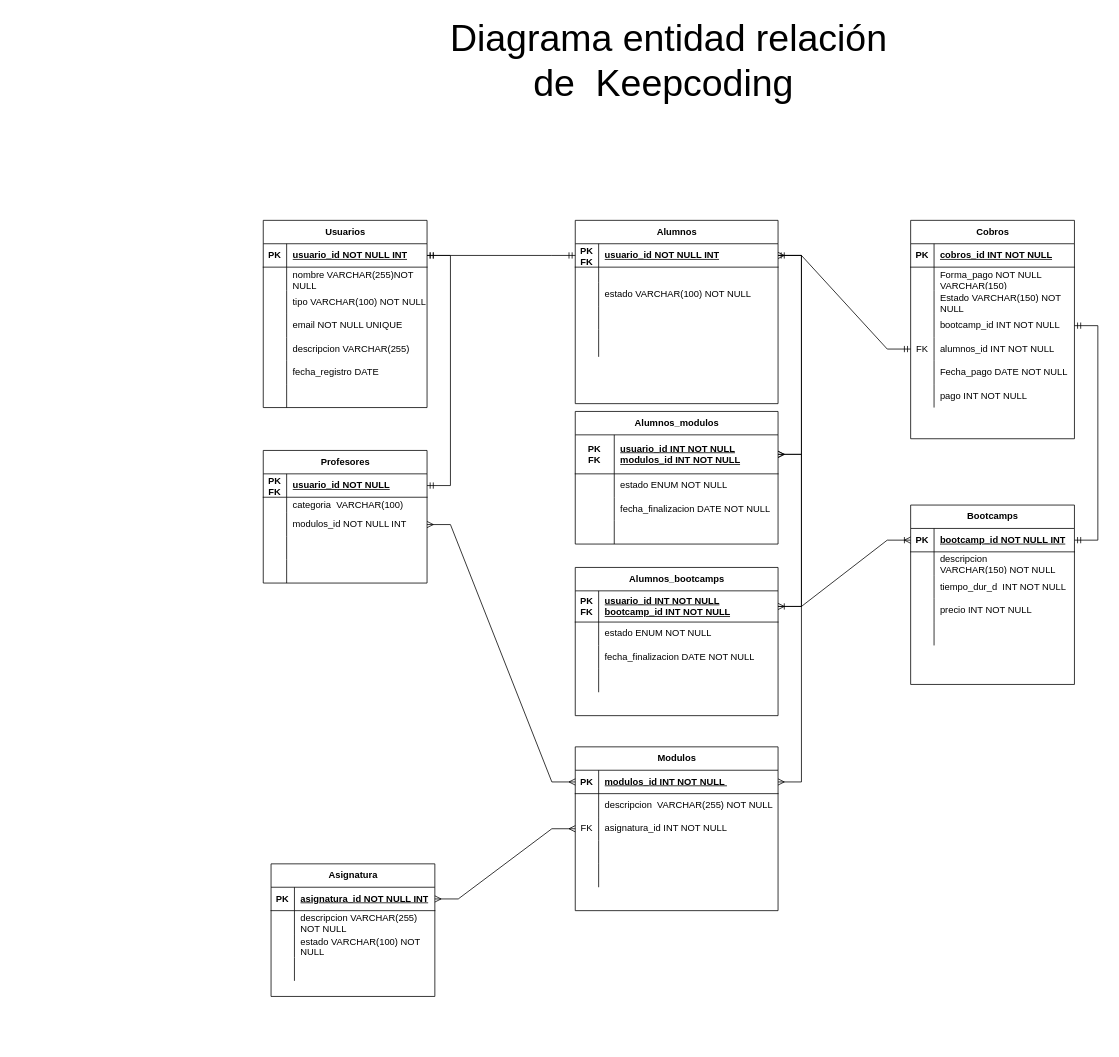
Above: Diagrama_ERKeepCoding.drawio in NauziX/SQL_Advanced_Practice (draw.io), before the change. Source tidied: cells renumbered, new cells numbered last; positions are measured from the earlier drawing's top-left corner, leaving out a move shared by most shapes. Both pictures are drawn from the tidied source at 78%, with x=0, y=0 at pixel (76, 13).
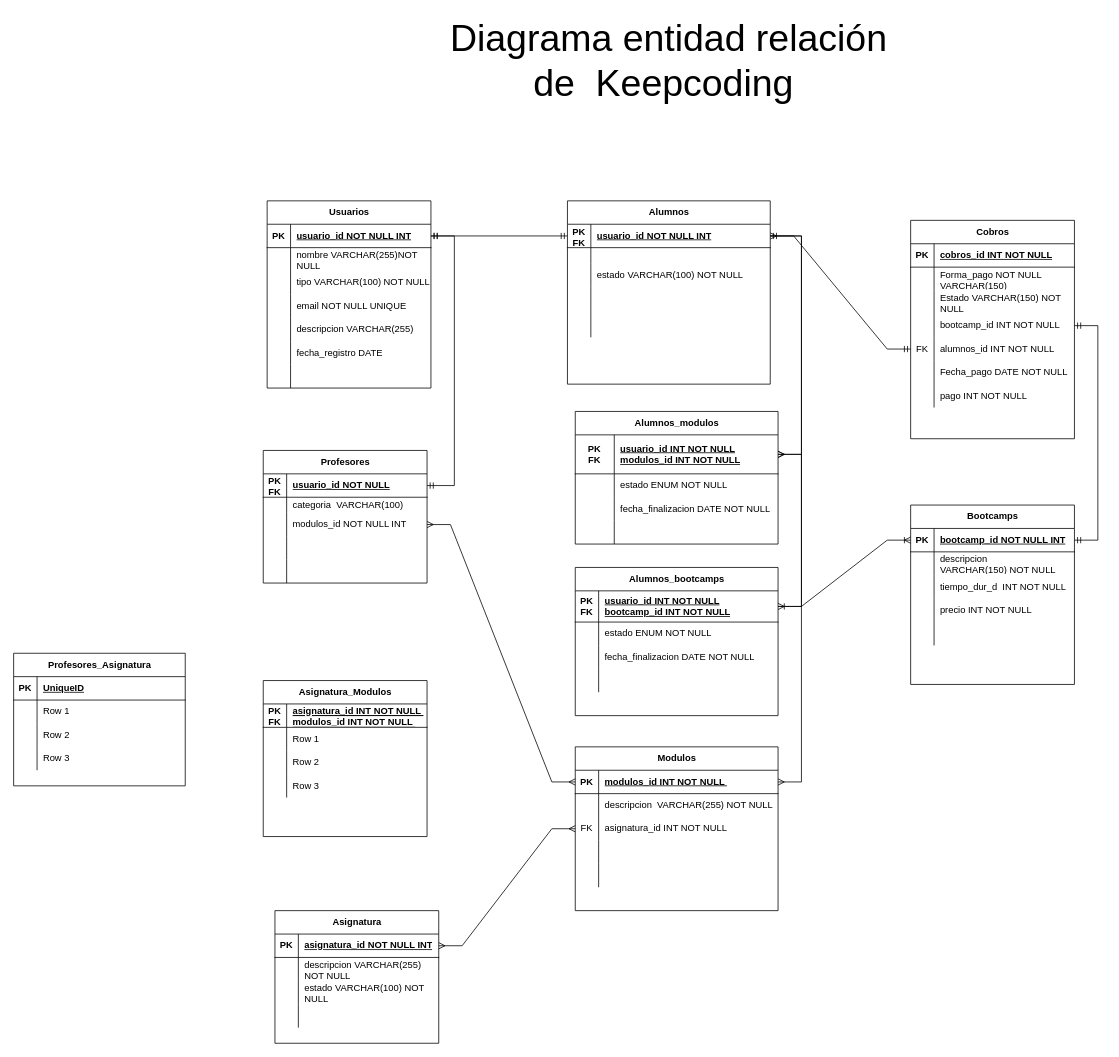
The same page after the edit.

The edit, as a diff of the source:
```diff
@@
     <mxCell id="35" value="Asignatura" style="shape=table;startSize=30;childLayout=tableLayout;rowLines=0;fontStyle=1;align=center;html=1;" parent="1" vertex="1">
-      <mxGeometry x="250" y="1090" width="210" height="170" as="geometry" />
+      <mxGeometry x="255" y="1150" width="210" height="170" as="geometry" />
     </mxCell>
@@
     <mxCell id="64" value="Usuarios" style="shape=table;startSize=30;childLayout=tableLayout;rowLines=0;fontStyle=1;align=center;html=1;" parent="1" vertex="1">
-      <mxGeometry x="240" y="265" width="210" height="240" as="geometry" />
+      <mxGeometry x="245" y="240" width="210" height="240" as="geometry" />
     </mxCell>
@@
     <mxCell id="140" value="Alumnos" style="shape=table;startSize=30;childLayout=tableLayout;rowLines=0;fontStyle=1;align=center;html=1;" parent="1" vertex="1">
-      <mxGeometry x="640" y="265" width="260" height="235" as="geometry" />
+      <mxGeometry x="630" y="240" width="260" height="235" as="geometry" />
     </mxCell>
@@
+    <mxCell id="160" value="Asignatura_Modulos" style="shape=table;startSize=30;childLayout=tableLayout;rowLines=0;fontStyle=1;align=center;html=1;" parent="1" vertex="1">
+      <mxGeometry x="240" y="855" width="210" height="200" as="geometry" />
+    </mxCell>
+    <mxCell id="161" style="shape=tableRow;horizontal=0;startSize=0;swimlaneHead=0;swimlaneBody=0;fillColor=none;top=0;left=0;right=0;bottom=1;" parent="160" vertex="1">
+      <mxGeometry y="30" width="210" height="30" as="geometry" />
+    </mxCell>
+    <mxCell id="162" value="PK&lt;div&gt;FK&lt;/div&gt;" style="shape=partialRectangle;fillColor=none;top=0;left=0;bottom=0;right=0;fontStyle=1;overflow=hidden;whiteSpace=wrap;html=1;" parent="161" vertex="1">
+      <mxGeometry width="30" height="30" as="geometry" />
+    </mxCell>
+    <mxCell id="163" value="&lt;span style=&quot;color: rgb(0, 0, 0); font-family: Helvetica; font-size: 12px; font-style: normal; font-variant-ligatures: normal; font-variant-caps: normal; font-weight: 700; letter-spacing: normal; orphans: 2; text-align: left; text-indent: 0px; text-transform: none; widows: 2; word-spacing: 0px; -webkit-text-stroke-width: 0px; white-space: normal; background-color: rgb(255, 255, 255); text-decoration: underline; float: none; display: inline !important;&quot;&gt;asignatura_id INT NOT NULL&amp;nbsp;&lt;/span&gt;&lt;div&gt;modulos_id INT NOT NULL&amp;nbsp;&lt;/div&gt;" style="shape=partialRectangle;fillColor=none;top=0;left=0;bottom=0;right=0;align=left;spacingLeft=6;fontStyle=5;overflow=hidden;whiteSpace=wrap;html=1;" parent="161" vertex="1">
+      <mxGeometry x="30" width="180" height="30" as="geometry" />
+    </mxCell>
+    <mxCell id="164" style="shape=tableRow;horizontal=0;startSize=0;swimlaneHead=0;swimlaneBody=0;fillColor=none;top=0;left=0;right=0;bottom=0;" parent="160" vertex="1">
+      <mxGeometry y="60" width="210" height="30" as="geometry" />
+    </mxCell>
+    <mxCell id="165" style="shape=partialRectangle;fillColor=none;top=0;left=0;bottom=0;right=0;overflow=hidden;whiteSpace=wrap;html=1;" parent="164" vertex="1">
+      <mxGeometry width="30" height="30" as="geometry" />
+    </mxCell>
+    <mxCell id="166" value="Row 1" style="shape=partialRectangle;fillColor=none;top=0;left=0;bottom=0;right=0;align=left;spacingLeft=6;overflow=hidden;whiteSpace=wrap;html=1;" parent="164" vertex="1">
+      <mxGeometry x="30" width="180" height="30" as="geometry" />
+    </mxCell>
+    <mxCell id="167" style="shape=tableRow;horizontal=0;startSize=0;swimlaneHead=0;swimlaneBody=0;fillColor=none;top=0;left=0;right=0;bottom=0;" parent="160" vertex="1">
+      <mxGeometry y="90" width="210" height="30" as="geometry" />
+    </mxCell>
+    <mxCell id="168" style="shape=partialRectangle;fillColor=none;top=0;left=0;bottom=0;right=0;overflow=hidden;whiteSpace=wrap;html=1;" parent="167" vertex="1">
+      <mxGeometry width="30" height="30" as="geometry" />
+    </mxCell>
+    <mxCell id="169" value="Row 2" style="shape=partialRectangle;fillColor=none;top=0;left=0;bottom=0;right=0;align=left;spacingLeft=6;overflow=hidden;whiteSpace=wrap;html=1;" parent="167" vertex="1">
+      <mxGeometry x="30" width="180" height="30" as="geometry" />
+    </mxCell>
+    <mxCell id="170" style="shape=tableRow;horizontal=0;startSize=0;swimlaneHead=0;swimlaneBody=0;fillColor=none;top=0;left=0;right=0;bottom=0;" parent="160" vertex="1">
+      <mxGeometry y="120" width="210" height="30" as="geometry" />
+    </mxCell>
+    <mxCell id="171" style="shape=partialRectangle;fillColor=none;top=0;left=0;bottom=0;right=0;overflow=hidden;whiteSpace=wrap;html=1;" parent="170" vertex="1">
+      <mxGeometry width="30" height="30" as="geometry" />
+    </mxCell>
+    <mxCell id="172" value="Row 3" style="shape=partialRectangle;fillColor=none;top=0;left=0;bottom=0;right=0;align=left;spacingLeft=6;overflow=hidden;whiteSpace=wrap;html=1;" parent="170" vertex="1">
+      <mxGeometry x="30" width="180" height="30" as="geometry" />
+    </mxCell>
+    <mxCell id="173" value="Profesores_Asignatura" style="shape=table;startSize=30;childLayout=tableLayout;rowLines=0;fontStyle=1;align=center;html=1;" parent="1" vertex="1">
+      <mxGeometry x="-80" y="820" width="220" height="170" as="geometry" />
+    </mxCell>
+    <mxCell id="174" style="shape=tableRow;horizontal=0;startSize=0;swimlaneHead=0;swimlaneBody=0;fillColor=none;top=0;left=0;right=0;bottom=1;" parent="173" vertex="1">
+      <mxGeometry y="30" width="220" height="30" as="geometry" />
+    </mxCell>
+    <mxCell id="175" value="PK" style="shape=partialRectangle;fillColor=none;top=0;left=0;bottom=0;right=0;fontStyle=1;overflow=hidden;whiteSpace=wrap;html=1;" parent="174" vertex="1">
+      <mxGeometry width="30" height="30" as="geometry" />
+    </mxCell>
+    <mxCell id="176" value="UniqueID" style="shape=partialRectangle;fillColor=none;top=0;left=0;bottom=0;right=0;align=left;spacingLeft=6;fontStyle=5;overflow=hidden;whiteSpace=wrap;html=1;" parent="174" vertex="1">
+      <mxGeometry x="30" width="190" height="30" as="geometry" />
+    </mxCell>
+    <mxCell id="177" style="shape=tableRow;horizontal=0;startSize=0;swimlaneHead=0;swimlaneBody=0;fillColor=none;top=0;left=0;right=0;bottom=0;" parent="173" vertex="1">
+      <mxGeometry y="60" width="220" height="30" as="geometry" />
+    </mxCell>
+    <mxCell id="178" style="shape=partialRectangle;fillColor=none;top=0;left=0;bottom=0;right=0;overflow=hidden;whiteSpace=wrap;html=1;" parent="177" vertex="1">
+      <mxGeometry width="30" height="30" as="geometry" />
+    </mxCell>
+    <mxCell id="179" value="Row 1" style="shape=partialRectangle;fillColor=none;top=0;left=0;bottom=0;right=0;align=left;spacingLeft=6;overflow=hidden;whiteSpace=wrap;html=1;" parent="177" vertex="1">
+      <mxGeometry x="30" width="190" height="30" as="geometry" />
+    </mxCell>
+    <mxCell id="180" style="shape=tableRow;horizontal=0;startSize=0;swimlaneHead=0;swimlaneBody=0;fillColor=none;top=0;left=0;right=0;bottom=0;" parent="173" vertex="1">
+      <mxGeometry y="90" width="220" height="30" as="geometry" />
+    </mxCell>
+    <mxCell id="181" style="shape=partialRectangle;fillColor=none;top=0;left=0;bottom=0;right=0;overflow=hidden;whiteSpace=wrap;html=1;" parent="180" vertex="1">
+      <mxGeometry width="30" height="30" as="geometry" />
+    </mxCell>
+    <mxCell id="182" value="Row 2" style="shape=partialRectangle;fillColor=none;top=0;left=0;bottom=0;right=0;align=left;spacingLeft=6;overflow=hidden;whiteSpace=wrap;html=1;" parent="180" vertex="1">
+      <mxGeometry x="30" width="190" height="30" as="geometry" />
+    </mxCell>
+    <mxCell id="183" style="shape=tableRow;horizontal=0;startSize=0;swimlaneHead=0;swimlaneBody=0;fillColor=none;top=0;left=0;right=0;bottom=0;" parent="173" vertex="1">
+      <mxGeometry y="120" width="220" height="30" as="geometry" />
+    </mxCell>
+    <mxCell id="184" style="shape=partialRectangle;fillColor=none;top=0;left=0;bottom=0;right=0;overflow=hidden;whiteSpace=wrap;html=1;" parent="183" vertex="1">
+      <mxGeometry width="30" height="30" as="geometry" />
+    </mxCell>
+    <mxCell id="185" value="Row 3" style="shape=partialRectangle;fillColor=none;top=0;left=0;bottom=0;right=0;align=left;spacingLeft=6;overflow=hidden;whiteSpace=wrap;html=1;" parent="183" vertex="1">
+      <mxGeometry x="30" width="190" height="30" as="geometry" />
+    </mxCell>
```
